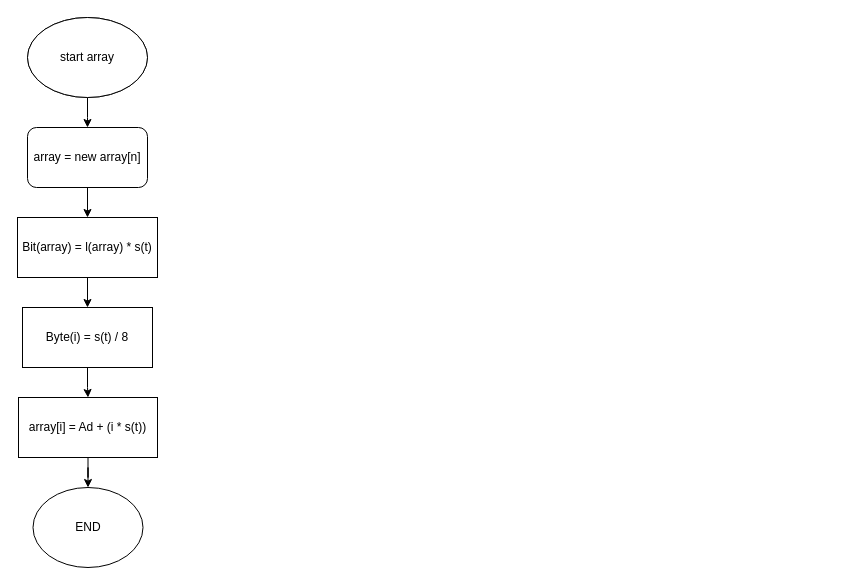
Before: how linked list is work.drawio in heroassem/my_algo, a draw.io diagram. Source tidied: cells renumbered, new cells numbered last; positions are measured from the earlier drawing's top-left corner, leaving out a move shared by most shapes. Both pictures are drawn from the tidied source at 100%, with x=0, y=0 at pixel (17, 17).
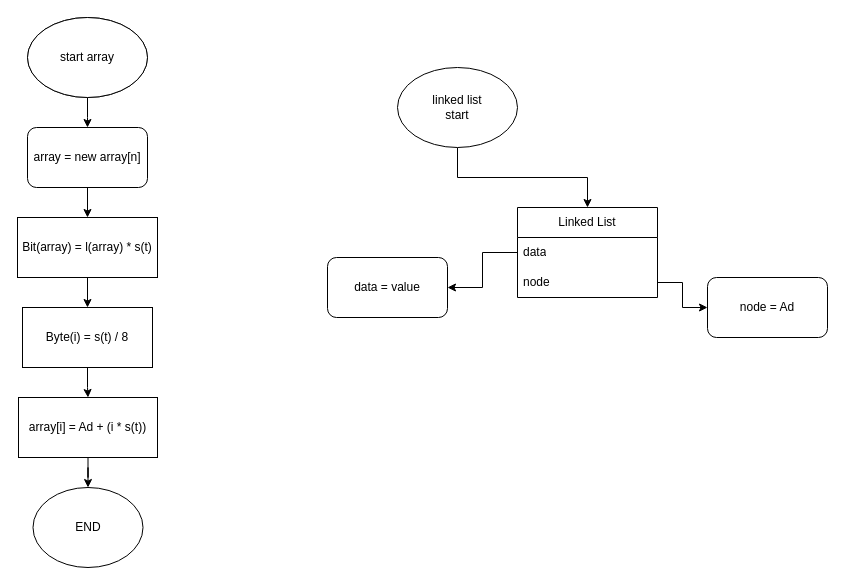
The same page after the edit.

What changed in the source:
```diff
@@
+    <mxCell id="14" style="edgeStyle=orthogonalEdgeStyle;rounded=0;jettySize=auto;html=1;" parent="1" edge="1" source="15" target="16">
+      <mxGeometry relative="1" as="geometry" />
+    </mxCell>
+    <mxCell id="15" value="linked list&lt;div&gt;start&lt;/div&gt;" style="ellipse;whiteSpace=wrap;html=1;" parent="1" vertex="1">
+      <mxGeometry x="380" y="50" width="120" height="80" as="geometry" />
+    </mxCell>
+    <mxCell id="16" value="Linked List" style="swimlane;fontStyle=0;horizontal=1;startSize=30;whiteSpace=wrap;html=1;" parent="1" vertex="1">
+      <mxGeometry x="500" y="190" width="140" height="90" as="geometry" />
+    </mxCell>
+    <mxCell id="17" value="data" style="text;strokeColor=none;fillColor=none;align=left;verticalAlign=middle;spacingLeft=4;spacingRight=4;overflow=hidden;points=[[0,0.5],[1,0.5]];portConstraint=eastwest;whiteSpace=wrap;html=1;" parent="16" vertex="1">
+      <mxGeometry y="30" width="140" height="30" as="geometry" />
+    </mxCell>
+    <mxCell id="18" value="node" style="text;strokeColor=none;fillColor=none;align=left;verticalAlign=middle;spacingLeft=4;spacingRight=4;overflow=hidden;points=[[0,0.5],[1,0.5]];portConstraint=eastwest;whiteSpace=wrap;html=1;" parent="16" vertex="1">
+      <mxGeometry y="60" width="140" height="30" as="geometry" />
+    </mxCell>
+    <mxCell id="19" value="data = value" style="rounded=1;whiteSpace=wrap;html=1;" parent="1" vertex="1">
+      <mxGeometry x="310" y="240" width="120" height="60" as="geometry" />
+    </mxCell>
+    <mxCell id="20" style="edgeStyle=orthogonalEdgeStyle;rounded=0;jettySize=auto;html=1;" parent="1" edge="1" source="17" target="19">
+      <mxGeometry relative="1" as="geometry" />
+    </mxCell>
+    <mxCell id="21" value="node = Ad" style="rounded=1;whiteSpace=wrap;html=1;" parent="1" vertex="1">
+      <mxGeometry x="690" y="260" width="120" height="60" as="geometry" />
+    </mxCell>
+    <mxCell id="22" style="edgeStyle=orthogonalEdgeStyle;rounded=0;jettySize=auto;html=1;" parent="1" edge="1" source="18" target="21">
+      <mxGeometry relative="1" as="geometry" />
+    </mxCell>
```
